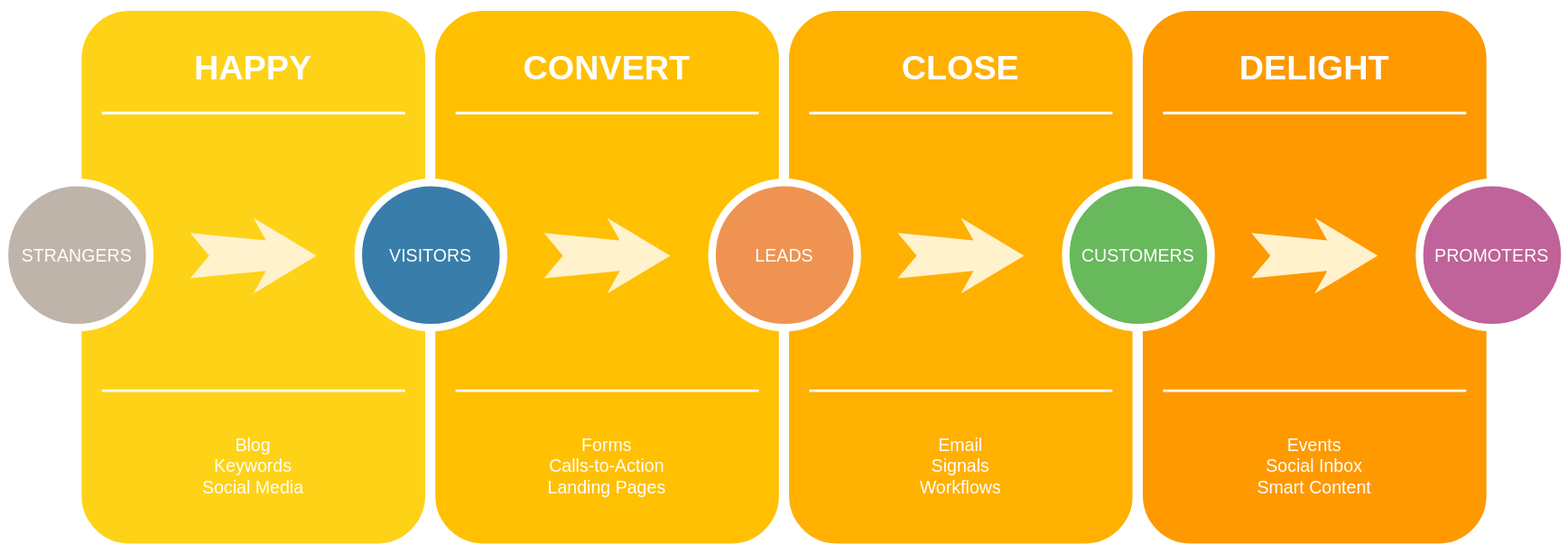
builden/drawio-diagram keeps this draw.io diagram as HappyDraw.drawio.svg. Above is the earlier version. Source tidied: cells renumbered, new cells last; positions are measured from the earlier drawing's top-left corner, leaving out a move shared by most shapes.
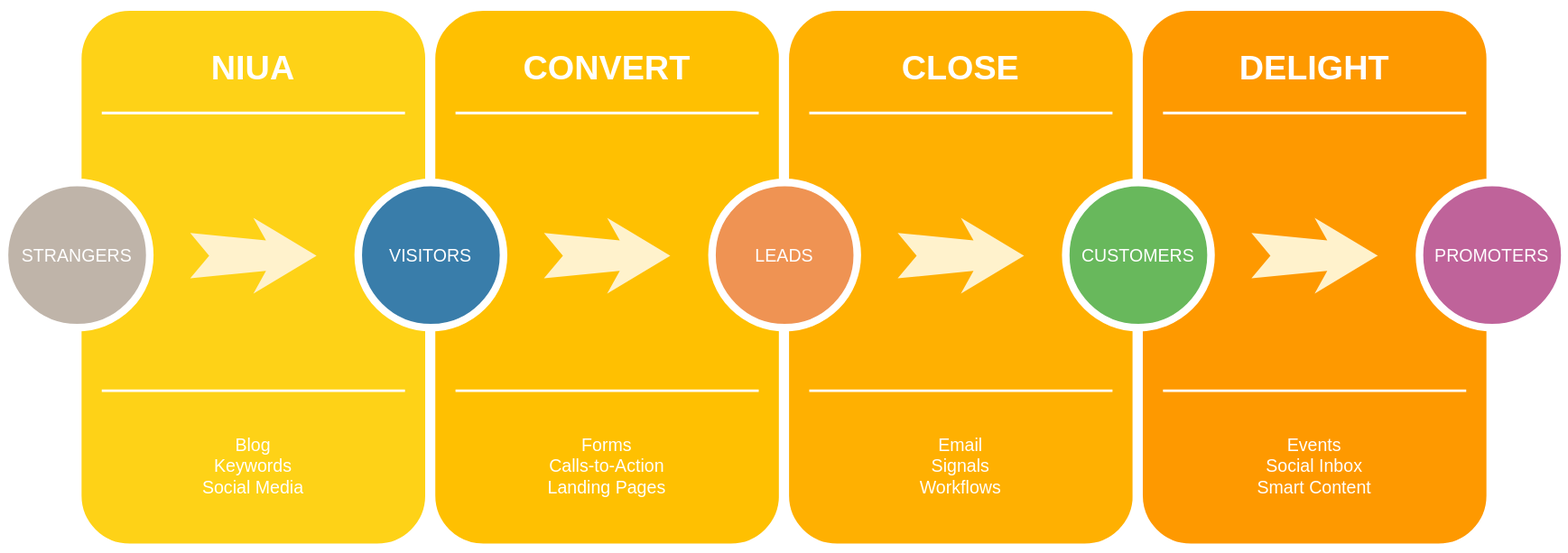
After the commit.

Change to the diagram source:
```diff
@@ -5,7 +5,7 @@
     <mxCell id="2" style="whiteSpace=wrap;html=1;rounded=1;shadow=0;strokeWidth=8;fontSize=20;align=center;fillColor=#FED217;strokeColor=#FFFFFF;" parent="1" vertex="1">
       <mxGeometry x="57" width="280" height="430" as="geometry" />
     </mxCell>
-    <mxCell id="3" value="HAPPY" style="text;html=1;strokeColor=none;fillColor=none;align=center;verticalAlign=middle;whiteSpace=wrap;rounded=0;shadow=0;fontSize=27;fontColor=#FFFFFF;fontStyle=1;" parent="1" vertex="1">
+    <mxCell id="3" value="NIUA" style="text;html=1;strokeColor=none;fillColor=none;align=center;verticalAlign=middle;whiteSpace=wrap;rounded=0;shadow=0;fontSize=27;fontColor=#FFFFFF;fontStyle=1;" parent="1" vertex="1">
       <mxGeometry x="57" y="20" width="280" height="60" as="geometry" />
     </mxCell>
     <mxCell id="4" value="Blog&lt;div&gt;Keywords&lt;/div&gt;&lt;div&gt;Social Media&lt;/div&gt;" style="text;html=1;strokeColor=none;fillColor=none;align=center;verticalAlign=middle;whiteSpace=wrap;rounded=0;shadow=0;fontSize=14;fontColor=#FFFFFF;" parent="1" vertex="1">
```
